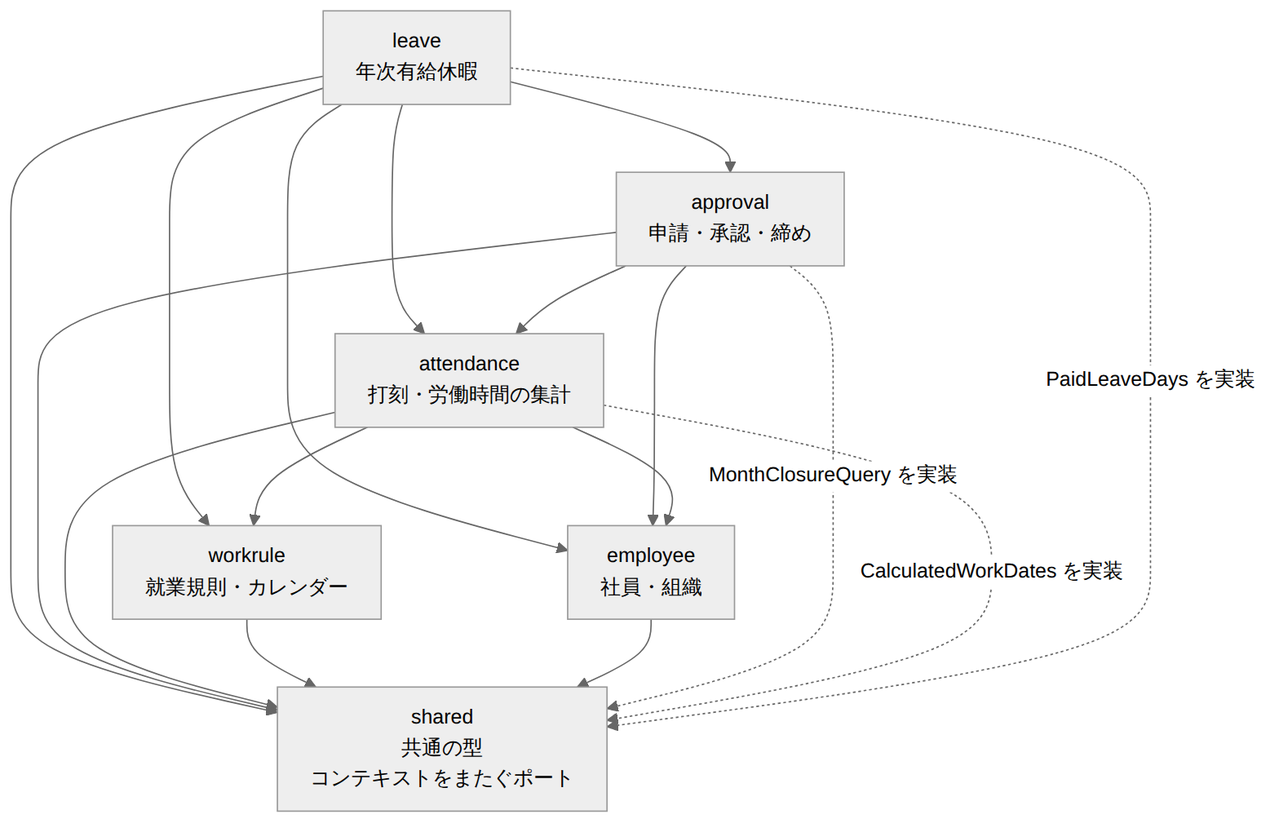
Earlier version of the Mermaid export doc/02_詳細設計/00_共通/images/コンテキスト間の依存.png (masaki-i02/newJavaProject). Its source is kept beside it as doc/02_詳細設計/00_共通/diagrams/コンテキスト間の依存.mmd.
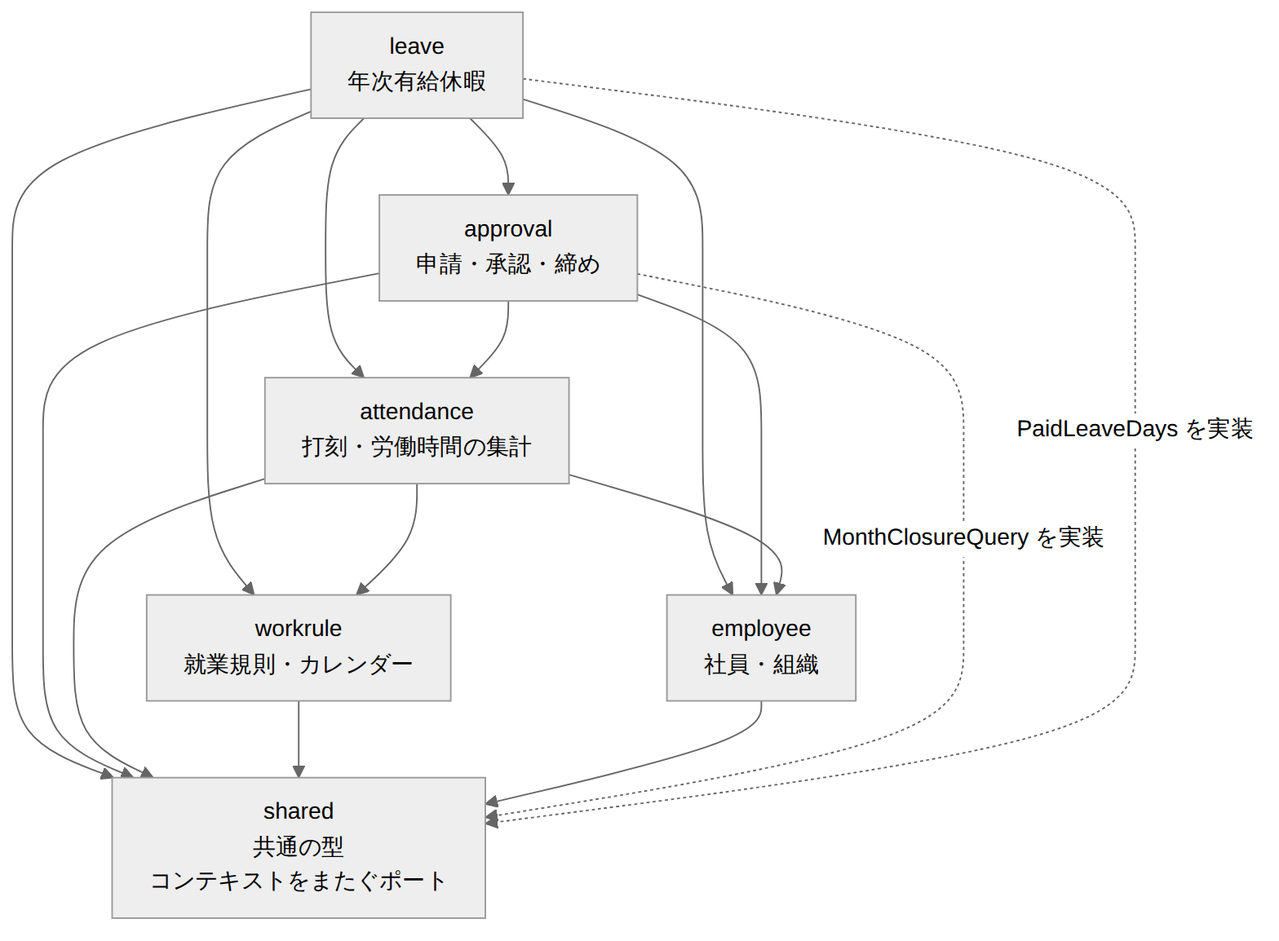
The same file after the commit.

Diff of the diagram source:
```diff
@@ -21,5 +21,4 @@
     employee --> shared
 
     approval -. "MonthClosureQuery を実装" .-> shared
-    attendance -. "CalculatedWorkDates を実装" .-> shared
     leave -. "PaidLeaveDays を実装" .-> shared
```
